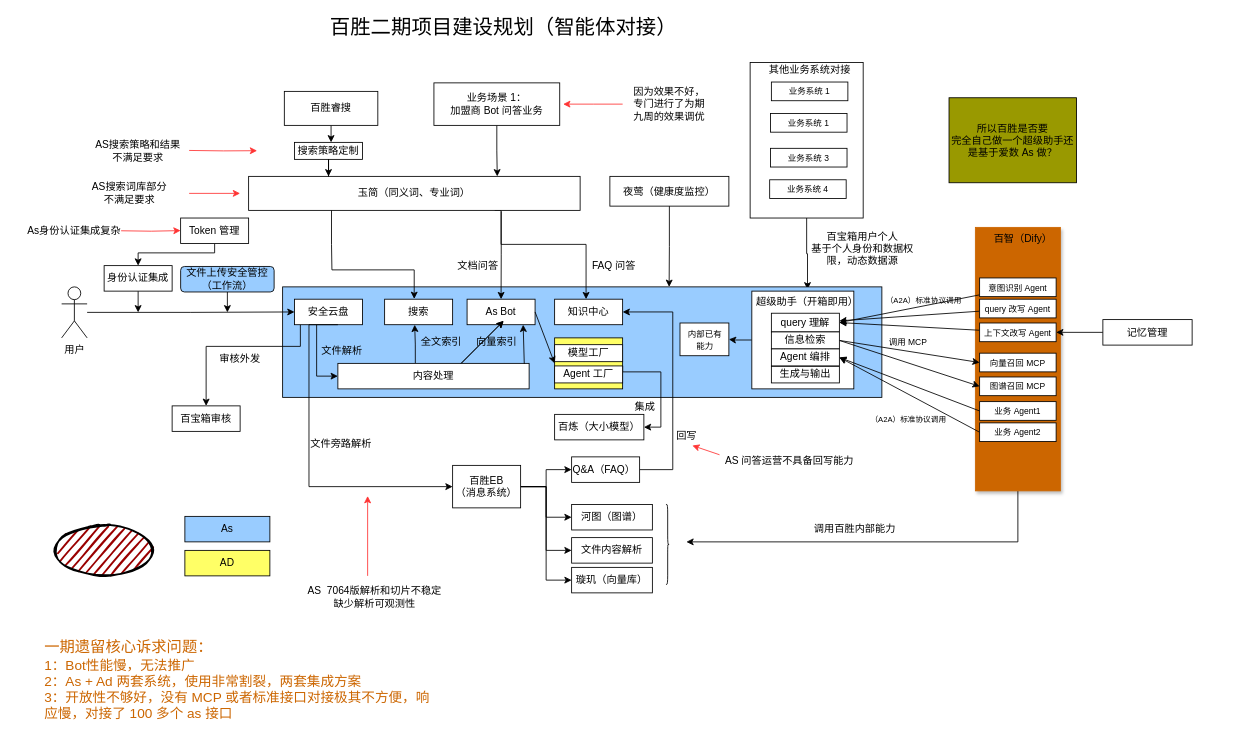
Before: 百胜二期建设平台.drawio in redpoppet/drawio_hub, a draw.io diagram. Source tidied: cells renumbered, new cells numbered last; positions are measured from the earlier drawing's top-left corner, leaving out a move shared by most shapes. Both pictures are drawn from the tidied source at 85%, with x=0, y=0 at pixel (14, 14).
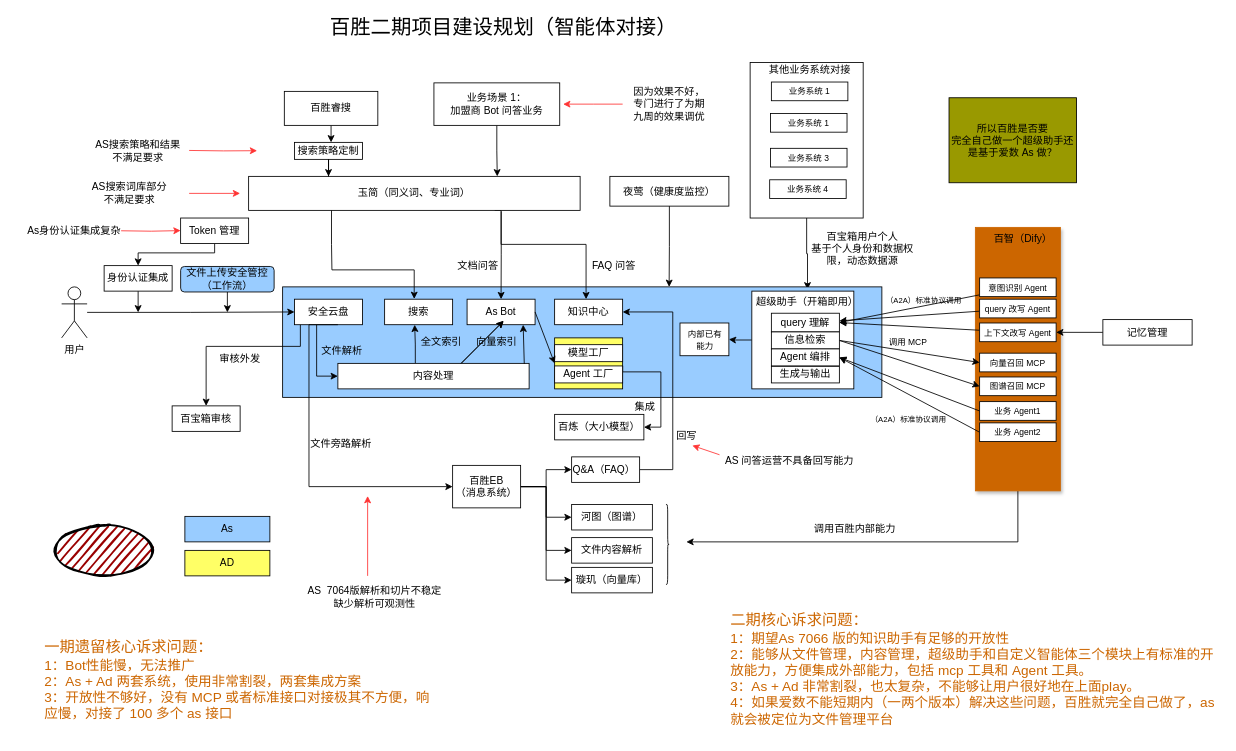
The same page after the edit.

Commit message (it also covers changes not shown here):
更新百胜二期建设平台.drawio

What changed in the source:
```diff
@@
+    <mxCell id="119" value="&lt;font style=&quot;color: rgb(204, 102, 0); font-size: 18px;&quot;&gt;二期核心诉求问题：&lt;/font&gt;&lt;div&gt;&lt;font style=&quot;color: rgb(204, 102, 0);&quot; size=&quot;3&quot;&gt;1：期望As 7066 版的知识助手有足够的开放性&lt;/font&gt;&lt;/div&gt;&lt;div&gt;&lt;font style=&quot;color: rgb(204, 102, 0);&quot; size=&quot;3&quot;&gt;2：能够从文件管理，内容管理，超级助手和自定义智能体三个模块上有标准的开放能力，方便集成外部能力，包括 mcp 工具和 Agent 工具。&lt;/font&gt;&lt;/div&gt;&lt;div&gt;&lt;font style=&quot;color: rgb(204, 102, 0);&quot; size=&quot;3&quot;&gt;3：As + Ad 非常割裂，也太复杂，不能够让用户很好地在上面play。&lt;/font&gt;&lt;/div&gt;&lt;div&gt;&lt;font style=&quot;color: rgb(204, 102, 0);&quot; size=&quot;3&quot;&gt;4：如果爱数不能短期内（一两个版本）解决这些问题，百胜就完全自己做了，as 就会被定位为文件管理平台&lt;/font&gt;&lt;/div&gt;" style="text;html=1;whiteSpace=wrap;strokeColor=none;fillColor=none;align=left;verticalAlign=middle;rounded=0;" parent="1" vertex="1">
+      <mxGeometry x="840" y="700" width="580" height="140" as="geometry" />
+    </mxCell>
```
